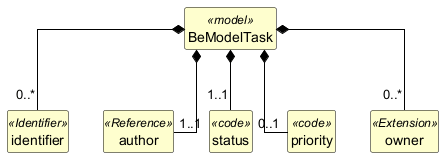
This is exports/diagrams/BeModelTask-uml.png from caresets/caresets-src, a PlantUML export, as it was before one commit.
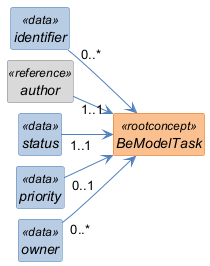
After the commit.

What changed in the source:
```diff
@@ -1,38 +1,45 @@
 @startuml
+left to right direction
 skinparam shadowing false
+skinparam nodesep 10
+skinparam ranksep 40
 skinparam classAttributeIconSize 0
-skinparam linetype ortho
 skinparam class {
-  BackgroundColor #FEFECE
-  BorderColor #000000
-  ArrowColor #000000
-  FontStyle bold
-  AttributeFontStyle normal
+  FontStyle italic
+  BackgroundColor<<rootconcept>> #FAC08F
+  BorderColor<<rootconcept>> #E36C0A
+  BackgroundColor<<data>> #B8CCE4
+  BorderColor<<data>> #4F81BD
+  BackgroundColor<<reference>> #D9D9D9
+  BorderColor<<reference>> #808080
+  BackgroundColor<<value set>> #C3D69B
+  BorderColor<<value set>> #77933C
+  ArrowColor #4F81BD
 }
 hide circle
 hide empty members
 
-class "BeModelTask" as BeModelTask <<model>> {
+class "BeModelTask" as BeModelTask <<rootconcept>> {
 }
 
-class "identifier" as BeModelTask_identifier <<Identifier>> {
+class "identifier" as BeModelTask_identifier <<data>> {
 }
 
-class "author" as BeModelTask_author <<Reference>> {
+class "author" as BeModelTask_author <<reference>> {
 }
 
-class "status" as BeModelTask_status <<code>> {
+class "status" as BeModelTask_status <<data>> {
 }
 
-class "priority" as BeModelTask_priority <<code>> {
+class "priority" as BeModelTask_priority <<data>> {
 }
 
-class "owner" as BeModelTask_owner <<Extension>> {
+class "owner" as BeModelTask_owner <<data>> {
 }
 
-BeModelTask *-- "0..*" BeModelTask_identifier
-BeModelTask *-- "1..1" BeModelTask_author
-BeModelTask *-- "1..1" BeModelTask_status
-BeModelTask *-- "0..1" BeModelTask_priority
-BeModelTask *-- "0..*" BeModelTask_owner
+BeModelTask_identifier "0..*" --> BeModelTask
+BeModelTask_author "1..1" --> BeModelTask
+BeModelTask_status "1..1" --> BeModelTask
+BeModelTask_priority "0..1" --> BeModelTask
+BeModelTask_owner "0..*" --> BeModelTask
 @enduml
```
